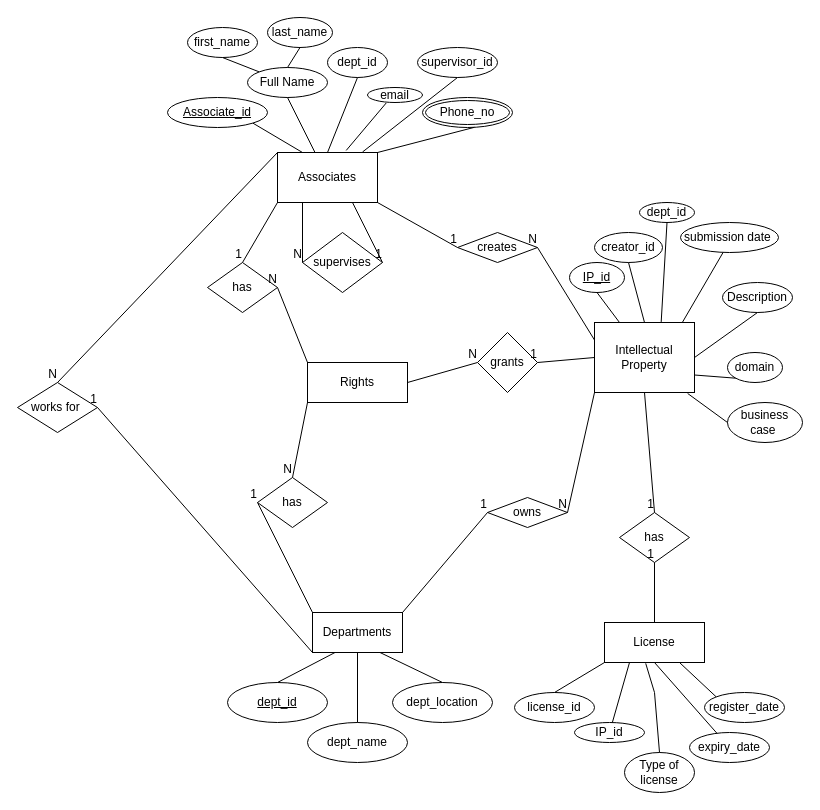
This is Untitled Diagram.drawio from Akash48200/Train, a draw.io file, before an edit. Source tidied: cells renumbered, new cells numbered last; positions are measured from the earlier drawing's top-left corner, leaving out a move shared by most shapes. Both pictures are drawn from the tidied source at 100%, with x=0, y=0 at pixel (17, 17).
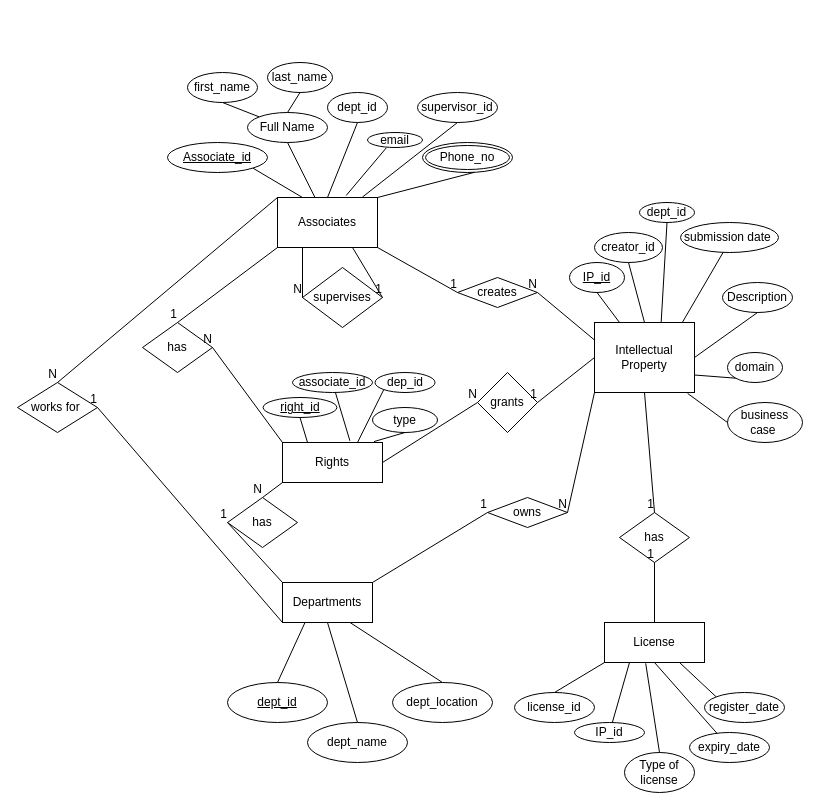
The same page after the edit.

Unchanged cells that the change refers to:
```xml
<mxCell id="11" value="License" style="whiteSpace=wrap;html=1;align=center;" parent="1" vertex="1">
  <mxGeometry x="587" y="605" width="100" height="40" as="geometry" />
</mxCell>
<mxCell id="75" value="Type of license" style="ellipse;whiteSpace=wrap;html=1;align=center;" parent="1" vertex="1">
  <mxGeometry x="607" y="735" width="70" height="40" as="geometry" />
</mxCell>
```

Diff of the diagram source:
```diff
@@
     <mxCell id="3" value="Associates" style="whiteSpace=wrap;html=1;align=center;" parent="1" vertex="1">
-      <mxGeometry x="260" y="135" width="100" height="50" as="geometry" />
+      <mxGeometry x="260" y="180" width="100" height="50" as="geometry" />
     </mxCell>
     <mxCell id="4" value="Departments" style="whiteSpace=wrap;html=1;align=center;" parent="1" vertex="1">
-      <mxGeometry x="295" y="595" width="90" height="40" as="geometry" />
+      <mxGeometry x="265" y="565" width="90" height="40" as="geometry" />
     </mxCell>
     <mxCell id="5" value="creates" style="shape=rhombus;perimeter=rhombusPerimeter;whiteSpace=wrap;html=1;align=center;" parent="1" vertex="1">
-      <mxGeometry x="440" y="215" width="80" height="30" as="geometry" />
+      <mxGeometry x="440" y="260" width="80" height="30" as="geometry" />
     </mxCell>
@@
     <mxCell id="12" value="has" style="shape=rhombus;perimeter=rhombusPerimeter;whiteSpace=wrap;html=1;align=center;" parent="1" vertex="1">
-      <mxGeometry x="190" y="245" width="70" height="50" as="geometry" />
+      <mxGeometry x="125" y="305" width="70" height="50" as="geometry" />
     </mxCell>
     <mxCell id="13" value="supervises" style="shape=rhombus;perimeter=rhombusPerimeter;whiteSpace=wrap;html=1;align=center;" parent="1" vertex="1">
-      <mxGeometry x="285" y="215" width="80" height="60" as="geometry" />
+      <mxGeometry x="285" y="250" width="80" height="60" as="geometry" />
     </mxCell>
     <mxCell id="14" value="Rights" style="whiteSpace=wrap;html=1;align=center;" parent="1" vertex="1">
-      <mxGeometry x="290" y="345" width="100" height="40" as="geometry" />
+      <mxGeometry x="265" y="425" width="100" height="40" as="geometry" />
     </mxCell>
     <mxCell id="15" value="has" style="shape=rhombus;perimeter=rhombusPerimeter;whiteSpace=wrap;html=1;align=center;" parent="1" vertex="1">
-      <mxGeometry x="240" y="460" width="70" height="50" as="geometry" />
+      <mxGeometry x="210" y="480" width="70" height="50" as="geometry" />
     </mxCell>
@@
     <mxCell id="26" value="grants" style="shape=rhombus;perimeter=rhombusPerimeter;whiteSpace=wrap;html=1;align=center;" parent="1" vertex="1">
-      <mxGeometry x="460" y="315" width="60" height="60" as="geometry" />
+      <mxGeometry x="460" y="355" width="60" height="60" as="geometry" />
     </mxCell>
@@
     <mxCell id="47" value="Associate_id" style="ellipse;whiteSpace=wrap;html=1;align=center;fontStyle=4;" parent="1" vertex="1">
-      <mxGeometry x="150" y="80" width="100" height="30" as="geometry" />
+      <mxGeometry x="150" y="125" width="100" height="30" as="geometry" />
     </mxCell>
@@
     <mxCell id="49" value="Phone_no" style="ellipse;shape=doubleEllipse;margin=3;whiteSpace=wrap;html=1;align=center;" parent="1" vertex="1">
-      <mxGeometry x="405" y="80" width="90" height="30" as="geometry" />
+      <mxGeometry x="405" y="125" width="90" height="30" as="geometry" />
     </mxCell>
@@
     <mxCell id="51" value="Full Name" style="ellipse;whiteSpace=wrap;html=1;align=center;" parent="1" vertex="1">
-      <mxGeometry x="230" y="50" width="80" height="30" as="geometry" />
+      <mxGeometry x="230" y="95" width="80" height="30" as="geometry" />
     </mxCell>
@@
     <mxCell id="53" value="last_name" style="ellipse;whiteSpace=wrap;html=1;align=center;" parent="1" vertex="1">
-      <mxGeometry x="250" width="65" height="30" as="geometry" />
+      <mxGeometry x="250" y="45" width="65" height="30" as="geometry" />
     </mxCell>
     <mxCell id="54" value="first_name" style="ellipse;whiteSpace=wrap;html=1;align=center;" parent="1" vertex="1">
-      <mxGeometry x="170" y="10" width="70" height="30" as="geometry" />
+      <mxGeometry x="170" y="55" width="70" height="30" as="geometry" />
     </mxCell>
@@
     <mxCell id="57" style="edgeStyle=none;rounded=0;orthogonalLoop=1;jettySize=auto;html=1;exitX=0.5;exitY=0;exitDx=0;exitDy=0;" parent="1" edge="1">
       <mxGeometry relative="1" as="geometry">
-        <mxPoint x="200" y="85" as="sourcePoint" />
-        <mxPoint x="200" y="85" as="targetPoint" />
+        <mxPoint x="200" y="130" as="sourcePoint" />
+        <mxPoint x="200" y="130" as="targetPoint" />
       </mxGeometry>
     </mxCell>
     <mxCell id="58" value="dept_id" style="ellipse;whiteSpace=wrap;html=1;align=center;" parent="1" vertex="1">
-      <mxGeometry x="310" y="30" width="60" height="30" as="geometry" />
+      <mxGeometry x="310" y="75" width="60" height="30" as="geometry" />
     </mxCell>
@@
     <mxCell id="60" value="email" style="ellipse;whiteSpace=wrap;html=1;align=center;" parent="1" vertex="1">
-      <mxGeometry x="350" y="70" width="55" height="15" as="geometry" />
+      <mxGeometry x="350" y="115" width="55" height="15" as="geometry" />
     </mxCell>
@@
     <mxCell id="62" value="supervisor_id" style="ellipse;whiteSpace=wrap;html=1;align=center;" parent="1" vertex="1">
-      <mxGeometry x="400" y="30" width="80" height="30" as="geometry" />
+      <mxGeometry x="400" y="75" width="80" height="30" as="geometry" />
     </mxCell>
@@
     <mxCell id="80" style="endArrow=none;html=1;rounded=0;entryX=0.412;entryY=1.021;entryDx=0;entryDy=0;entryPerimeter=0;exitX=0.5;exitY=0;exitDx=0;exitDy=0;" parent="1" edge="1" source="75" target="11">
-      <mxGeometry relative="1" as="geometry">
-        <Array as="points">
-          <mxPoint x="637" y="675" />
-        </Array>
-      </mxGeometry>
+      <mxGeometry relative="1" as="geometry" />
     </mxCell>
@@
+    <mxCell id="95" value="right_id" style="ellipse;whiteSpace=wrap;html=1;align=center;fontStyle=4;" parent="1" vertex="1">
+      <mxGeometry x="245.6" y="380" width="73.8" height="20" as="geometry" />
+    </mxCell>
+    <mxCell id="96" style="endArrow=none;html=1;rounded=0;exitX=0.5;exitY=1;exitDx=0;exitDy=0;entryX=0.25;entryY=0;entryDx=0;entryDy=0;" parent="1" edge="1" source="95" target="14">
+      <mxGeometry relative="1" as="geometry" />
+    </mxCell>
+    <mxCell id="97" style="endArrow=none;html=1;rounded=0;exitX=0.674;exitY=-0.042;exitDx=0;exitDy=0;exitPerimeter=0;" parent="1" edge="1" source="14" target="98">
+      <mxGeometry relative="1" as="geometry" />
+    </mxCell>
+    <mxCell id="98" value="associate_id" style="ellipse;whiteSpace=wrap;html=1;align=center;" parent="1" vertex="1">
+      <mxGeometry x="275" y="355" width="80" height="20" as="geometry" />
+    </mxCell>
+    <mxCell id="99" value="type" style="ellipse;whiteSpace=wrap;html=1;align=center;" parent="1" vertex="1">
+      <mxGeometry x="355" y="390" width="65" height="25" as="geometry" />
+    </mxCell>
+    <mxCell id="100" style="endArrow=none;html=1;rounded=0;entryX=0.5;entryY=1;entryDx=0;entryDy=0;exitX=0.915;exitY=-0.023;exitDx=0;exitDy=0;exitPerimeter=0;" parent="1" edge="1" source="14" target="99">
+      <mxGeometry relative="1" as="geometry" />
+    </mxCell>
+    <mxCell id="101" value="dep_id" style="ellipse;whiteSpace=wrap;html=1;align=center;" parent="1" vertex="1">
+      <mxGeometry x="357.5" y="355" width="60" height="20" as="geometry" />
+    </mxCell>
+    <mxCell id="102" style="endArrow=none;html=1;rounded=0;exitX=0.75;exitY=0;exitDx=0;exitDy=0;entryX=0;entryY=1;entryDx=0;entryDy=0;" parent="1" edge="1" source="14" target="101">
+      <mxGeometry relative="1" as="geometry" />
+    </mxCell>
```
